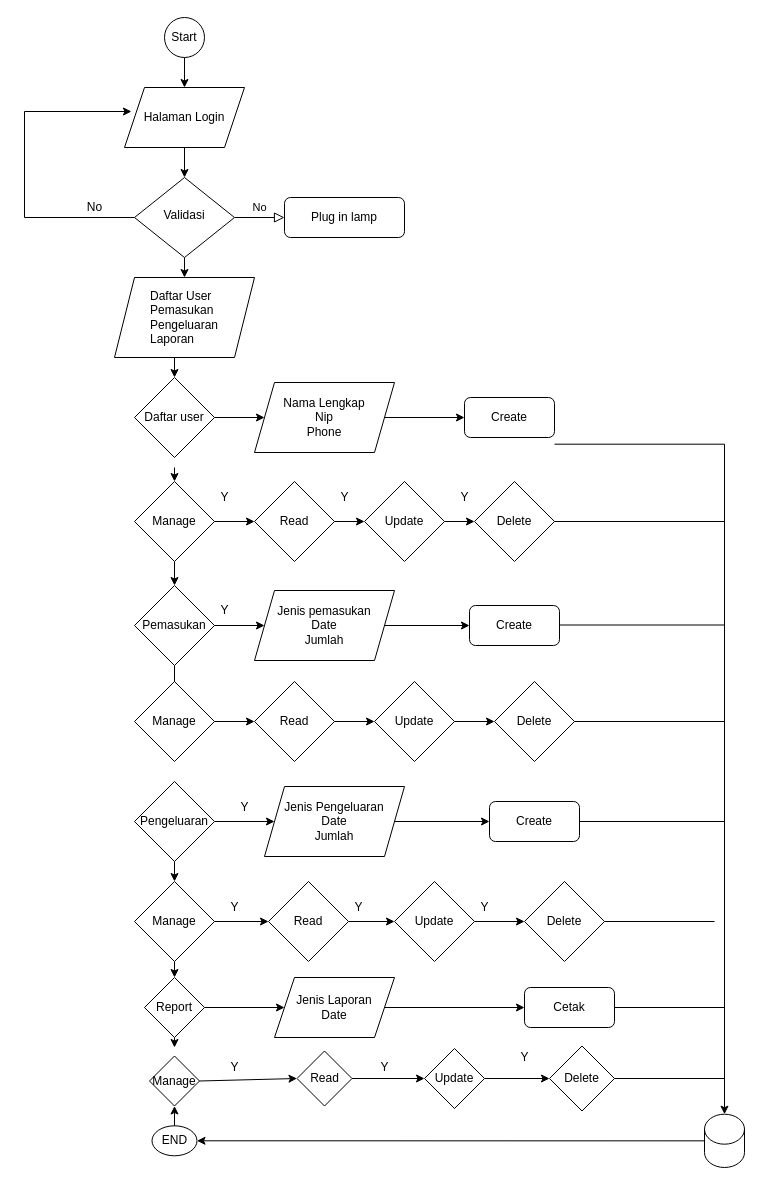
This is Perancangan/FlowCart.drawio from stenlyysamberi/kasqu, a draw.io file, before an edit. Source tidied: cells renumbered, new cells numbered last; positions are measured from the earlier drawing's top-left corner, leaving out a move shared by most shapes. Both pictures are drawn from the tidied source at 100%, with x=0, y=0 at pixel (24, 17).
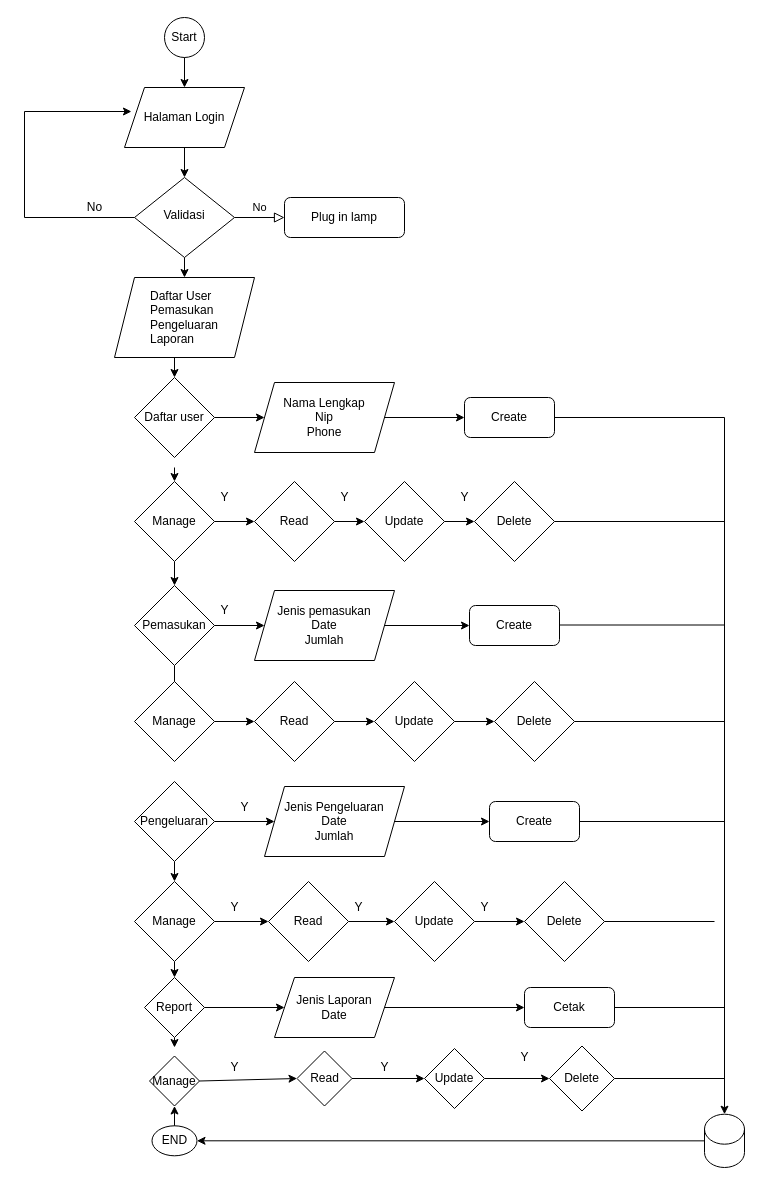
After the change.

Unchanged cells that the change refers to:
```xml
<mxCell id="32" value="Create" style="rounded=1;whiteSpace=wrap;html=1;fontSize=12;glass=0;strokeWidth=1;shadow=0;" parent="1" vertex="1">
  <mxGeometry x="440" y="380" width="90" height="40" as="geometry" />
</mxCell>
```

Change to the diagram source:
```diff
@@
-    <mxCell id="20" style="endArrow=classic;html=1;rounded=0;startArrow=none;exitX=1;exitY=0.5;exitDx=0;exitDy=0;" parent="1" edge="1">
+    <mxCell id="20" style="endArrow=classic;html=1;rounded=0;startArrow=none;exitX=1;exitY=0.5;exitDx=0;exitDy=0;" parent="1" edge="1" source="32">
       <mxGeometry relative="1" as="geometry">
-        <mxPoint x="530" y="426.7" as="sourcePoint" />
         <mxPoint x="700" y="1096.7" as="targetPoint" />
         <Array as="points">
-          <mxPoint x="700" y="426.7" />
+          <mxPoint x="700" y="400" />
         </Array>
       </mxGeometry>
     </mxCell>
```
